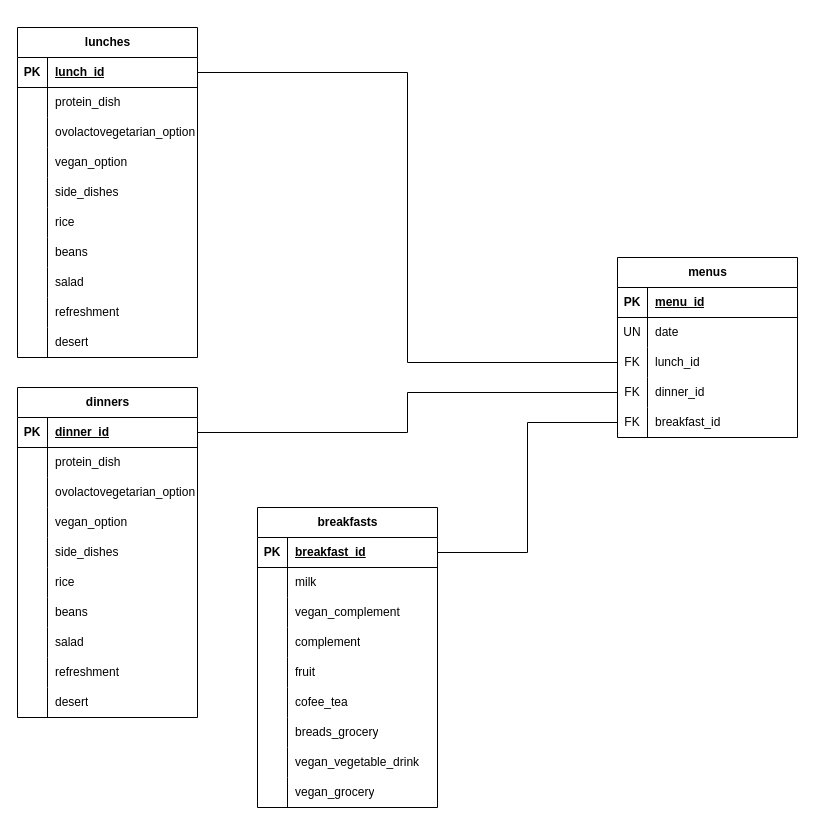
lem3s/API-RU-UFG keeps this draw.io diagram as Docs/API-RU-Data-Modeling.drawio. Above is the earlier version. Source tidied: cells renumbered, new cells numbered last; positions are measured from the earlier drawing's top-left corner, leaving out a move shared by most shapes. Both pictures are drawn from the tidied source at 100%, with x=0, y=0 at pixel (17, 27).
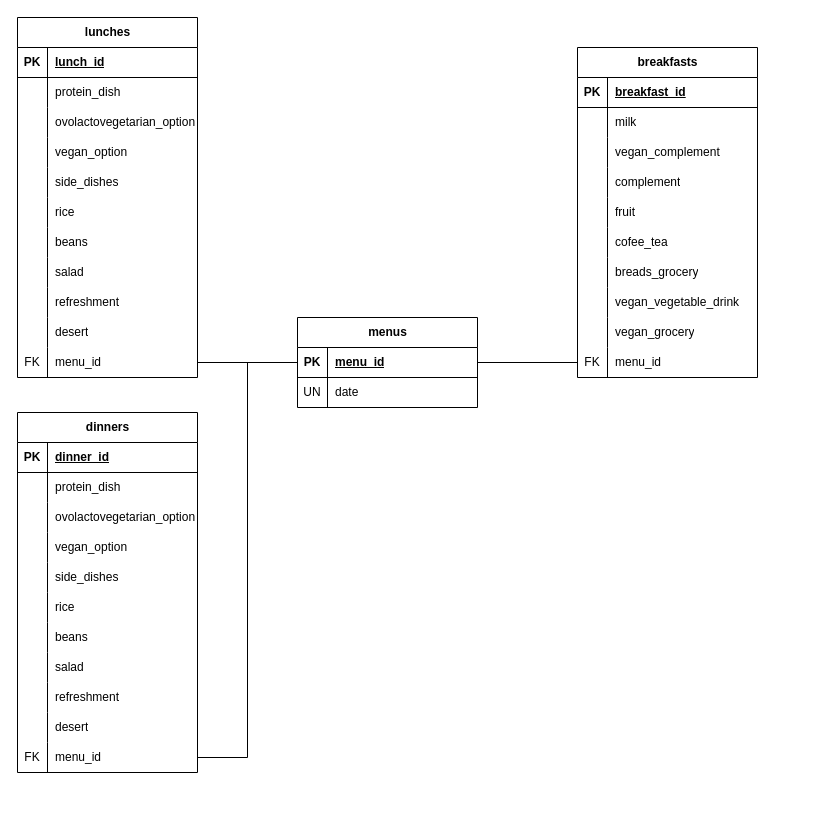
The same page after the edit.

The change refers to these unchanged cells:
```xml
<mxCell id="3" style="shape=tableRow;horizontal=0;startSize=0;swimlaneHead=0;swimlaneBody=0;fillColor=none;points=[[0,0.5],[1,0.5]];portConstraint=eastwest;top=0;left=0;right=0;bottom=1;" parent="2" vertex="1">
  <mxGeometry y="30" width="180" height="30" as="geometry" />
</mxCell>
<mxCell id="34" style="shape=tableRow;horizontal=0;startSize=0;swimlaneHead=0;swimlaneBody=0;fillColor=none;points=[[0,0.5],[1,0.5]];portConstraint=eastwest;top=0;left=0;right=0;bottom=1;" parent="33" vertex="1">
  <mxGeometry y="30" width="180" height="30" as="geometry" />
</mxCell>
<mxCell id="62" style="shape=tableRow;horizontal=0;startSize=0;swimlaneHead=0;swimlaneBody=0;fillColor=none;points=[[0,0.5],[1,0.5]];portConstraint=eastwest;top=0;left=0;right=0;bottom=1;" parent="61" vertex="1">
  <mxGeometry y="30" width="180" height="30" as="geometry" />
</mxCell>
<mxCell id="78" style="shape=tableRow;horizontal=0;startSize=0;swimlaneHead=0;swimlaneBody=0;fillColor=none;points=[[0,0.5],[1,0.5]];portConstraint=eastwest;top=0;left=0;right=0;bottom=1;" parent="77" vertex="1">
  <mxGeometry y="30" width="180" height="30" as="geometry" />
</mxCell>
```

The edit, as a diff of the source:
```diff
@@
     <mxCell id="2" value="lunches" style="shape=table;startSize=30;childLayout=tableLayout;rowLines=0;fontStyle=1;align=center;html=1;" parent="1" vertex="1">
-      <mxGeometry width="180" height="330" as="geometry" />
+      <mxGeometry y="-10" width="180" height="360" as="geometry" />
     </mxCell>
@@
+    <mxCell id="111" style="shape=tableRow;horizontal=0;startSize=0;swimlaneHead=0;swimlaneBody=0;fillColor=none;points=[[0,0.5],[1,0.5]];portConstraint=eastwest;top=0;left=0;right=0;bottom=0;" parent="2" vertex="1">
+      <mxGeometry y="330" width="180" height="30" as="geometry" />
+    </mxCell>
+    <mxCell id="112" value="FK" style="shape=partialRectangle;fillColor=none;top=0;left=0;bottom=0;right=0;overflow=hidden;whiteSpace=wrap;html=1;" parent="111" vertex="1">
+      <mxGeometry width="30" height="30" as="geometry" />
+    </mxCell>
+    <mxCell id="113" value="menu_id" style="shape=partialRectangle;fillColor=none;top=0;left=0;bottom=0;right=0;align=left;spacingLeft=6;overflow=hidden;whiteSpace=wrap;html=1;" parent="111" vertex="1">
+      <mxGeometry x="30" width="150" height="30" as="geometry" />
+    </mxCell>
     <mxCell id="33" value="breakfasts" style="shape=table;startSize=30;childLayout=tableLayout;rowLines=0;fontStyle=1;align=center;html=1;" parent="1" vertex="1">
-      <mxGeometry x="240" y="480" width="180" height="300" as="geometry" />
+      <mxGeometry x="560" y="20" width="180" height="330" as="geometry" />
     </mxCell>
@@
+    <mxCell id="114" style="shape=tableRow;horizontal=0;startSize=0;swimlaneHead=0;swimlaneBody=0;fillColor=none;points=[[0,0.5],[1,0.5]];portConstraint=eastwest;top=0;left=0;right=0;bottom=0;" parent="33" vertex="1">
+      <mxGeometry y="300" width="180" height="30" as="geometry" />
+    </mxCell>
+    <mxCell id="115" value="FK" style="shape=partialRectangle;fillColor=none;top=0;left=0;bottom=0;right=0;overflow=hidden;whiteSpace=wrap;html=1;" parent="114" vertex="1">
+      <mxGeometry width="30" height="30" as="geometry" />
+    </mxCell>
+    <mxCell id="116" value="menu_id" style="shape=partialRectangle;fillColor=none;top=0;left=0;bottom=0;right=0;align=left;spacingLeft=6;overflow=hidden;whiteSpace=wrap;html=1;" parent="114" vertex="1">
+      <mxGeometry x="30" width="150" height="30" as="geometry" />
+    </mxCell>
     <mxCell id="61" value="menus" style="shape=table;startSize=30;childLayout=tableLayout;rowLines=0;fontStyle=1;align=center;html=1;" parent="1" vertex="1">
-      <mxGeometry x="600" y="230" width="180" height="180" as="geometry" />
+      <mxGeometry x="280" y="290" width="180" height="90" as="geometry" />
     </mxCell>
@@
-    <mxCell id="68" style="shape=tableRow;horizontal=0;startSize=0;swimlaneHead=0;swimlaneBody=0;fillColor=none;points=[[0,0.5],[1,0.5]];portConstraint=eastwest;top=0;left=0;right=0;bottom=0;" parent="61" vertex="1">
-      <mxGeometry y="90" width="180" height="30" as="geometry" />
-    </mxCell>
-    <mxCell id="69" value="FK" style="shape=partialRectangle;fillColor=none;top=0;left=0;bottom=0;right=0;overflow=hidden;whiteSpace=wrap;html=1;" parent="68" vertex="1">
-      <mxGeometry width="30" height="30" as="geometry" />
-    </mxCell>
-    <mxCell id="70" value="lunch_id" style="shape=partialRectangle;fillColor=none;top=0;left=0;bottom=0;right=0;align=left;spacingLeft=6;overflow=hidden;whiteSpace=wrap;html=1;" parent="68" vertex="1">
-      <mxGeometry x="30" width="150" height="30" as="geometry" />
-    </mxCell>
-    <mxCell id="71" style="shape=tableRow;horizontal=0;startSize=0;swimlaneHead=0;swimlaneBody=0;fillColor=none;points=[[0,0.5],[1,0.5]];portConstraint=eastwest;top=0;left=0;right=0;bottom=0;" parent="61" vertex="1">
-      <mxGeometry y="120" width="180" height="30" as="geometry" />
-    </mxCell>
-    <mxCell id="72" value="FK" style="shape=partialRectangle;fillColor=none;top=0;left=0;bottom=0;right=0;overflow=hidden;whiteSpace=wrap;html=1;" parent="71" vertex="1">
-      <mxGeometry width="30" height="30" as="geometry" />
-    </mxCell>
-    <mxCell id="73" value="dinner_id" style="shape=partialRectangle;fillColor=none;top=0;left=0;bottom=0;right=0;align=left;spacingLeft=6;overflow=hidden;whiteSpace=wrap;html=1;" parent="71" vertex="1">
-      <mxGeometry x="30" width="150" height="30" as="geometry" />
-    </mxCell>
-    <mxCell id="74" style="shape=tableRow;horizontal=0;startSize=0;swimlaneHead=0;swimlaneBody=0;fillColor=none;points=[[0,0.5],[1,0.5]];portConstraint=eastwest;top=0;left=0;right=0;bottom=0;" parent="61" vertex="1">
-      <mxGeometry y="150" width="180" height="30" as="geometry" />
-    </mxCell>
-    <mxCell id="75" value="FK" style="shape=partialRectangle;fillColor=none;top=0;left=0;bottom=0;right=0;overflow=hidden;whiteSpace=wrap;html=1;" parent="74" vertex="1">
-      <mxGeometry width="30" height="30" as="geometry" />
-    </mxCell>
-    <mxCell id="76" value="breakfast_id" style="shape=partialRectangle;fillColor=none;top=0;left=0;bottom=0;right=0;align=left;spacingLeft=6;overflow=hidden;whiteSpace=wrap;html=1;" parent="74" vertex="1">
-      <mxGeometry x="30" width="150" height="30" as="geometry" />
-    </mxCell>
     <mxCell id="77" value="dinners" style="shape=table;startSize=30;childLayout=tableLayout;rowLines=0;fontStyle=1;align=center;html=1;" parent="1" vertex="1">
-      <mxGeometry y="360" width="180" height="330" as="geometry" />
+      <mxGeometry y="385" width="180" height="360" as="geometry" />
     </mxCell>
@@
-    <mxCell id="108" style="edgeStyle=orthogonalEdgeStyle;rounded=0;jettySize=auto;html=1;exitX=0;exitY=0.5;exitDx=0;exitDy=0;entryX=1;entryY=0.5;entryDx=0;entryDy=0;endArrow=none;endFill=0;" parent="1" edge="1" source="68" target="3">
-      <mxGeometry relative="1" as="geometry" />
-    </mxCell>
-    <mxCell id="109" style="edgeStyle=orthogonalEdgeStyle;rounded=0;jettySize=auto;html=1;exitX=0;exitY=0.5;exitDx=0;exitDy=0;entryX=1;entryY=0.5;entryDx=0;entryDy=0;endArrow=none;endFill=0;" parent="1" edge="1" source="71" target="78">
-      <mxGeometry relative="1" as="geometry" />
-    </mxCell>
-    <mxCell id="110" style="edgeStyle=orthogonalEdgeStyle;rounded=0;jettySize=auto;html=1;exitX=0;exitY=0.5;exitDx=0;exitDy=0;entryX=1;entryY=0.5;entryDx=0;entryDy=0;endArrow=none;endFill=0;" parent="1" edge="1" source="74" target="34">
-      <mxGeometry relative="1" as="geometry" />
-    </mxCell>
+    <mxCell id="117" style="shape=tableRow;horizontal=0;startSize=0;swimlaneHead=0;swimlaneBody=0;fillColor=none;points=[[0,0.5],[1,0.5]];portConstraint=eastwest;top=0;left=0;right=0;bottom=0;" parent="77" vertex="1">
+      <mxGeometry y="330" width="180" height="30" as="geometry" />
+    </mxCell>
+    <mxCell id="118" value="FK" style="shape=partialRectangle;fillColor=none;top=0;left=0;bottom=0;right=0;overflow=hidden;whiteSpace=wrap;html=1;" parent="117" vertex="1">
+      <mxGeometry width="30" height="30" as="geometry" />
+    </mxCell>
+    <mxCell id="119" value="menu_id" style="shape=partialRectangle;fillColor=none;top=0;left=0;bottom=0;right=0;align=left;spacingLeft=6;overflow=hidden;whiteSpace=wrap;html=1;" parent="117" vertex="1">
+      <mxGeometry x="30" width="150" height="30" as="geometry" />
+    </mxCell>
+    <mxCell id="120" style="edgeStyle=orthogonalEdgeStyle;rounded=0;jettySize=auto;html=1;exitX=1;exitY=0.5;exitDx=0;exitDy=0;entryX=0;entryY=0.5;entryDx=0;entryDy=0;endArrow=none;endFill=0;" parent="1" edge="1" source="111" target="62">
+      <mxGeometry relative="1" as="geometry" />
+    </mxCell>
+    <mxCell id="121" style="edgeStyle=orthogonalEdgeStyle;rounded=0;jettySize=auto;html=1;exitX=1;exitY=0.5;exitDx=0;exitDy=0;entryX=0;entryY=0.5;entryDx=0;entryDy=0;endArrow=none;endFill=0;" parent="1" edge="1" source="117" target="62">
+      <mxGeometry relative="1" as="geometry" />
+    </mxCell>
+    <mxCell id="122" style="edgeStyle=orthogonalEdgeStyle;rounded=0;jettySize=auto;html=1;exitX=0;exitY=0.5;exitDx=0;exitDy=0;entryX=1;entryY=0.5;entryDx=0;entryDy=0;endArrow=none;endFill=0;" parent="1" edge="1" source="114" target="62">
+      <mxGeometry relative="1" as="geometry" />
+    </mxCell>
```
